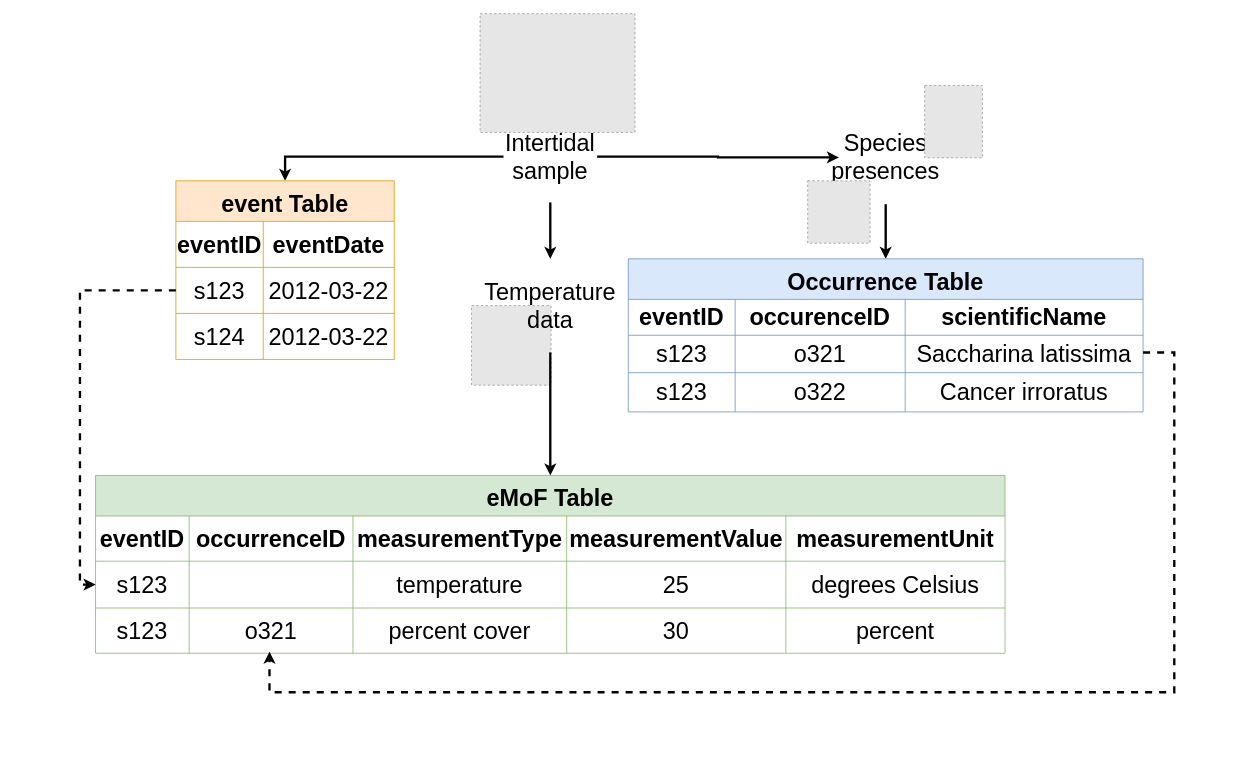
Above: event_schemaExample.drawio in iobis/manual (draw.io), before the change. Source tidied: cells renumbered, new cells numbered last; positions are measured from the earlier drawing's top-left corner, leaving out a move shared by most shapes. Both pictures are drawn from the tidied source at 78%, with x=0, y=0 at pixel (80, 13). Pictures stored in the file or linked from it are replaced by grey dashed boxes.
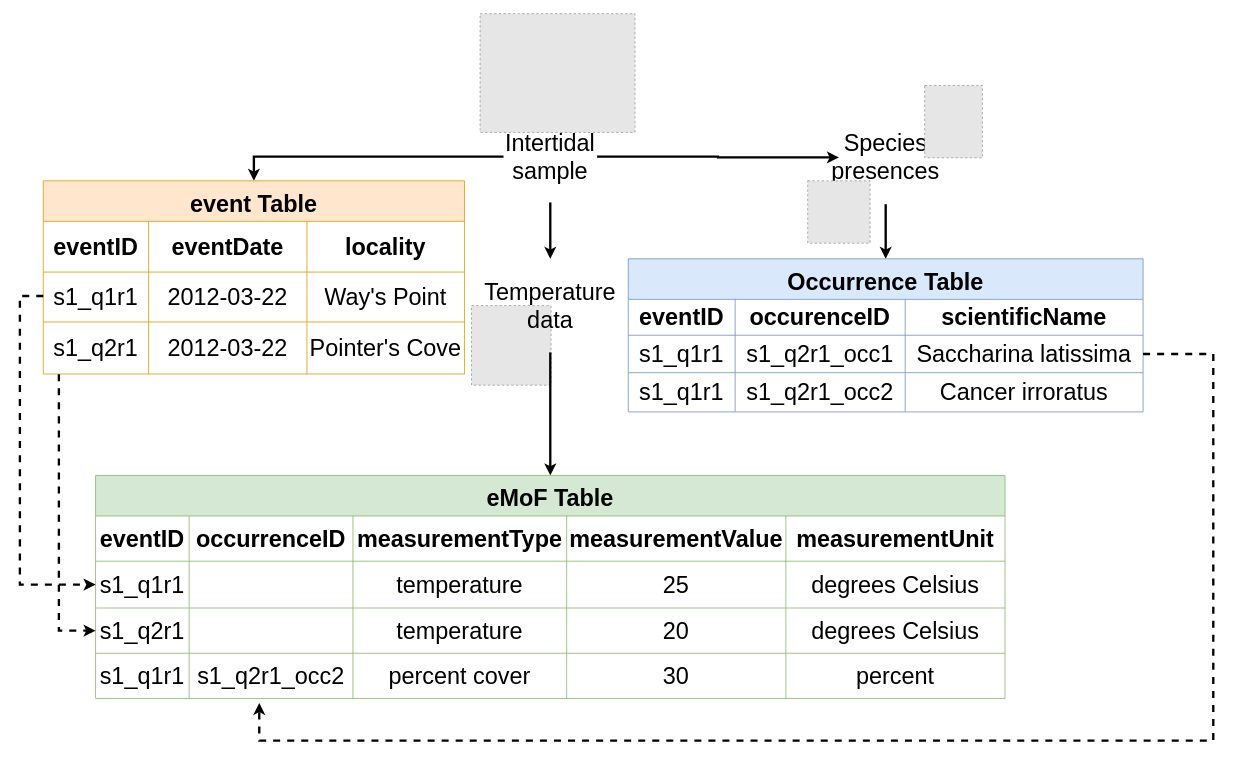
The same diagram, later.

Commit message (it also covers changes not shown here):
clarify sampling schema example figure

* fixed the eventID and occurrenceID in the example so it looks like it follows guidelines better
* added locality column to the event table
* expanded the emof to add an extra row for temperature measurements
* added the figure to formatting page

Unchanged cells that the change refers to:
```xml
<mxCell id="19" style="shape=tableRow;horizontal=0;startSize=0;swimlaneHead=0;swimlaneBody=0;top=0;left=0;bottom=0;right=0;fillColor=none;points=[[0,0.5],[1,0.5]];portConstraint=eastwest;fontSize=30;" parent="12" vertex="1">
  <mxGeometry y="110" width="1166" height="60" as="geometry" />
</mxCell>
<mxCell id="36" style="shape=tableRow;horizontal=0;startSize=0;swimlaneHead=0;swimlaneBody=0;top=0;left=0;bottom=0;right=0;fillColor=none;points=[[0,0.5],[1,0.5]];portConstraint=eastwest;fontSize=30;" parent="31" vertex="1">
  <mxGeometry y="98" width="660" height="48" as="geometry" />
</mxCell>
<mxCell id="40" style="shape=tableRow;horizontal=0;startSize=0;swimlaneHead=0;swimlaneBody=0;top=0;left=0;bottom=0;right=0;fillColor=none;fontSize=30;" parent="31" vertex="1">
  <mxGeometry y="146" width="660" height="50" as="geometry" />
</mxCell>
```

Change to the diagram source:
```diff
@@
     <mxCell id="12" value="eMoF Table" style="shape=table;startSize=52;childLayout=tableLayout;fontStyle=1;align=center;fontSize=30;fillColor=#d5e8d4;strokeColor=#82b366;" parent="1" vertex="1">
-      <mxGeometry x="20" y="592" width="1166" height="228" as="geometry" />
+      <mxGeometry x="20" y="592" width="1166" height="286" as="geometry" />
     </mxCell>
@@
-    <mxCell id="20" value="s123" style="shape=partialRectangle;html=1;whiteSpace=wrap;fillColor=none;top=0;left=0;bottom=0;right=0;overflow=hidden;fontSize=30;" parent="19" vertex="1">
+    <mxCell id="20" value="s1_q1r1" style="shape=partialRectangle;html=1;whiteSpace=wrap;fillColor=none;top=0;left=0;bottom=0;right=0;overflow=hidden;fontSize=30;" parent="19" vertex="1">
       <mxGeometry width="120" height="60" as="geometry" />
     </mxCell>
@@
+    <mxCell id="58" style="shape=tableRow;horizontal=0;startSize=0;swimlaneHead=0;swimlaneBody=0;top=0;left=0;bottom=0;right=0;fillColor=none;points=[[0,0.5],[1,0.5]];portConstraint=eastwest;fontSize=30;" parent="12" vertex="1">
+      <mxGeometry y="170" width="1166" height="58" as="geometry" />
+    </mxCell>
+    <mxCell id="59" value="s1_q2r1" style="shape=partialRectangle;html=1;whiteSpace=wrap;fillColor=none;top=0;left=0;bottom=0;right=0;overflow=hidden;fontSize=30;" parent="58" vertex="1">
+      <mxGeometry width="120" height="58" as="geometry" />
+    </mxCell>
+    <mxCell id="60" style="shape=partialRectangle;html=1;whiteSpace=wrap;fillColor=none;top=0;left=0;bottom=0;right=0;overflow=hidden;fontSize=30;" parent="58" vertex="1">
+      <mxGeometry x="120" width="210" height="58" as="geometry" />
+    </mxCell>
+    <mxCell id="61" value="temperature" style="shape=partialRectangle;html=1;whiteSpace=wrap;fillColor=none;top=0;left=0;bottom=0;right=0;overflow=hidden;fontSize=30;" parent="58" vertex="1">
+      <mxGeometry x="330" width="274" height="58" as="geometry" />
+    </mxCell>
+    <mxCell id="62" value="20" style="shape=partialRectangle;html=1;whiteSpace=wrap;fillColor=none;top=0;left=0;bottom=0;right=0;overflow=hidden;fontSize=30;" parent="58" vertex="1">
+      <mxGeometry x="604" width="281" height="58" as="geometry" />
+    </mxCell>
+    <mxCell id="63" value="degrees Celsius" style="shape=partialRectangle;html=1;whiteSpace=wrap;fillColor=none;top=0;left=0;bottom=0;right=0;overflow=hidden;fontSize=30;" parent="58" vertex="1">
+      <mxGeometry x="885" width="281" height="58" as="geometry" />
+    </mxCell>
     <mxCell id="25" style="shape=tableRow;horizontal=0;startSize=0;swimlaneHead=0;swimlaneBody=0;top=0;left=0;bottom=0;right=0;fillColor=none;points=[[0,0.5],[1,0.5]];portConstraint=eastwest;fontSize=30;" parent="12" vertex="1">
-      <mxGeometry y="170" width="1166" height="58" as="geometry" />
+      <mxGeometry y="228" width="1166" height="58" as="geometry" />
     </mxCell>
-    <mxCell id="26" value="s123" style="shape=partialRectangle;html=1;whiteSpace=wrap;fillColor=none;top=0;left=0;bottom=0;right=0;overflow=hidden;fontSize=30;" parent="25" vertex="1">
+    <mxCell id="26" value="s1_q1r1" style="shape=partialRectangle;html=1;whiteSpace=wrap;fillColor=none;top=0;left=0;bottom=0;right=0;overflow=hidden;fontSize=30;" parent="25" vertex="1">
       <mxGeometry width="120" height="58" as="geometry" />
     </mxCell>
-    <mxCell id="27" value="o321" style="shape=partialRectangle;html=1;whiteSpace=wrap;fillColor=none;top=0;left=0;bottom=0;right=0;overflow=hidden;fontSize=30;" parent="25" vertex="1">
+    <mxCell id="27" value="s1_q2r1_occ2" style="shape=partialRectangle;html=1;whiteSpace=wrap;fillColor=none;top=0;left=0;bottom=0;right=0;overflow=hidden;fontSize=30;" parent="25" vertex="1">
       <mxGeometry x="120" width="210" height="58" as="geometry" />
     </mxCell>
@@
-    <mxCell id="37" value="s123" style="shape=partialRectangle;html=1;whiteSpace=wrap;fillColor=none;top=0;left=0;bottom=0;right=0;overflow=hidden;fontSize=30;" parent="36" vertex="1">
+    <mxCell id="37" value="s1_q1r1" style="shape=partialRectangle;html=1;whiteSpace=wrap;fillColor=none;top=0;left=0;bottom=0;right=0;overflow=hidden;fontSize=30;" parent="36" vertex="1">
       <mxGeometry width="137" height="48" as="geometry" />
     </mxCell>
-    <mxCell id="38" value="o321" style="shape=partialRectangle;html=1;whiteSpace=wrap;fillColor=none;top=0;left=0;bottom=0;right=0;overflow=hidden;fontSize=30;" parent="36" vertex="1">
+    <mxCell id="38" value="s1_q2r1_occ1" style="shape=partialRectangle;html=1;whiteSpace=wrap;fillColor=none;top=0;left=0;bottom=0;right=0;overflow=hidden;fontSize=30;" parent="36" vertex="1">
       <mxGeometry x="137" width="218" height="48" as="geometry" />
     </mxCell>
@@
-    <mxCell id="41" value="s123" style="shape=partialRectangle;html=1;whiteSpace=wrap;fillColor=none;top=0;left=0;bottom=0;right=0;overflow=hidden;fontSize=30;" parent="40" vertex="1">
+    <mxCell id="41" value="s1_q1r1" style="shape=partialRectangle;html=1;whiteSpace=wrap;fillColor=none;top=0;left=0;bottom=0;right=0;overflow=hidden;fontSize=30;" parent="40" vertex="1">
       <mxGeometry width="137" height="50" as="geometry" />
     </mxCell>
-    <mxCell id="42" value="o322" style="shape=partialRectangle;html=1;whiteSpace=wrap;fillColor=none;top=0;left=0;bottom=0;right=0;overflow=hidden;fontSize=30;" parent="40" vertex="1">
+    <mxCell id="42" value="s1_q2r1_occ2" style="shape=partialRectangle;html=1;whiteSpace=wrap;fillColor=none;top=0;left=0;bottom=0;right=0;overflow=hidden;fontSize=30;" parent="40" vertex="1">
       <mxGeometry x="137" width="218" height="50" as="geometry" />
     </mxCell>
@@
     <mxCell id="44" value="event Table" style="shape=table;startSize=52;childLayout=tableLayout;fontStyle=1;align=center;fontSize=30;fillColor=#ffe6cc;strokeColor=#d79b00;" parent="1" vertex="1">
-      <mxGeometry x="123" y="214.3" width="280" height="229" as="geometry" />
+      <mxGeometry x="-47" y="214.3" width="540" height="247.7" as="geometry" />
     </mxCell>
     <mxCell id="45" style="shape=tableRow;horizontal=0;startSize=0;swimlaneHead=0;swimlaneBody=0;top=0;left=0;bottom=0;right=0;fillColor=none;fontSize=30;" parent="44" vertex="1">
-      <mxGeometry y="52" width="280" height="59" as="geometry" />
+      <mxGeometry y="52" width="540" height="65" as="geometry" />
     </mxCell>
     <mxCell id="46" value="eventID" style="shape=partialRectangle;html=1;whiteSpace=wrap;fillColor=none;top=0;left=0;bottom=0;right=0;overflow=hidden;fontSize=30;fontStyle=1;" parent="45" vertex="1">
-      <mxGeometry width="112" height="59" as="geometry" />
+      <mxGeometry width="135" height="65" as="geometry" />
     </mxCell>
     <mxCell id="47" value="eventDate" style="shape=partialRectangle;html=1;whiteSpace=wrap;fillColor=none;top=0;left=0;bottom=0;right=0;overflow=hidden;fontSize=30;fontStyle=1;" parent="45" vertex="1">
-      <mxGeometry x="112" width="168" height="59" as="geometry" />
+      <mxGeometry x="135" width="203" height="65" as="geometry" />
     </mxCell>
+    <mxCell id="64" value="locality" style="shape=partialRectangle;html=1;whiteSpace=wrap;fillColor=none;top=0;left=0;bottom=0;right=0;overflow=hidden;fontSize=30;fontStyle=1;" parent="45" vertex="1">
+      <mxGeometry x="338" width="202" height="65" as="geometry" />
+    </mxCell>
     <mxCell id="48" style="shape=tableRow;horizontal=0;startSize=0;swimlaneHead=0;swimlaneBody=0;top=0;left=0;bottom=0;right=0;fillColor=none;points=[[0,0.5],[1,0.5]];portConstraint=eastwest;fontSize=30;" parent="44" vertex="1">
-      <mxGeometry y="111" width="280" height="59" as="geometry" />
+      <mxGeometry y="117" width="540" height="64" as="geometry" />
     </mxCell>
-    <mxCell id="49" value="s123" style="shape=partialRectangle;html=1;whiteSpace=wrap;fillColor=none;top=0;left=0;bottom=0;right=0;overflow=hidden;fontSize=30;" parent="48" vertex="1">
-      <mxGeometry width="112" height="59" as="geometry" />
+    <mxCell id="49" value="s1_q1r1" style="shape=partialRectangle;html=1;whiteSpace=wrap;fillColor=none;top=0;left=0;bottom=0;right=0;overflow=hidden;fontSize=30;" parent="48" vertex="1">
+      <mxGeometry width="135" height="64" as="geometry" />
     </mxCell>
     <mxCell id="50" value="2012-03-22" style="shape=partialRectangle;html=1;whiteSpace=wrap;fillColor=none;top=0;left=0;bottom=0;right=0;overflow=hidden;fontSize=30;" parent="48" vertex="1">
-      <mxGeometry x="112" width="168" height="59" as="geometry" />
+      <mxGeometry x="135" width="203" height="64" as="geometry" />
     </mxCell>
+    <mxCell id="65" value="Way's Point" style="shape=partialRectangle;html=1;whiteSpace=wrap;fillColor=none;top=0;left=0;bottom=0;right=0;overflow=hidden;fontSize=30;" parent="48" vertex="1">
+      <mxGeometry x="338" width="202" height="64" as="geometry" />
+    </mxCell>
     <mxCell id="51" style="shape=tableRow;horizontal=0;startSize=0;swimlaneHead=0;swimlaneBody=0;top=0;left=0;bottom=0;right=0;fillColor=none;points=[[0,0.5],[1,0.5]];portConstraint=eastwest;fontSize=30;" parent="44" vertex="1">
-      <mxGeometry y="170" width="280" height="59" as="geometry" />
+      <mxGeometry y="181" width="540" height="67" as="geometry" />
     </mxCell>
-    <mxCell id="52" value="s124" style="shape=partialRectangle;html=1;whiteSpace=wrap;fillColor=none;top=0;left=0;bottom=0;right=0;overflow=hidden;fontSize=30;" parent="51" vertex="1">
-      <mxGeometry width="112" height="59" as="geometry" />
+    <mxCell id="52" value="s1_q2r1" style="shape=partialRectangle;html=1;whiteSpace=wrap;fillColor=none;top=0;left=0;bottom=0;right=0;overflow=hidden;fontSize=30;" parent="51" vertex="1">
+      <mxGeometry width="135" height="67" as="geometry" />
     </mxCell>
     <mxCell id="53" value="&lt;span style=&quot;color: rgb(0, 0, 0); font-family: Helvetica; font-size: 30px; font-style: normal; font-variant-ligatures: normal; font-variant-caps: normal; font-weight: 400; letter-spacing: normal; orphans: 2; text-align: center; text-indent: 0px; text-transform: none; widows: 2; word-spacing: 0px; -webkit-text-stroke-width: 0px; white-space: normal; text-decoration-thickness: initial; text-decoration-style: initial; text-decoration-color: initial; float: none; display: inline !important;&quot;&gt;2012-03-22&lt;/span&gt;" style="shape=partialRectangle;html=1;whiteSpace=wrap;fillColor=none;top=0;left=0;bottom=0;right=0;overflow=hidden;fontSize=30;" parent="51" vertex="1">
-      <mxGeometry x="112" width="168" height="59" as="geometry" />
+      <mxGeometry x="135" width="203" height="67" as="geometry" />
     </mxCell>
+    <mxCell id="66" value="Pointer's Cove" style="shape=partialRectangle;html=1;whiteSpace=wrap;fillColor=none;top=0;left=0;bottom=0;right=0;overflow=hidden;fontSize=30;" parent="51" vertex="1">
+      <mxGeometry x="338" width="202" height="67" as="geometry" />
+    </mxCell>
     <mxCell id="54" style="edgeStyle=orthogonalEdgeStyle;rounded=0;jettySize=auto;html=1;dashed=1;strokeWidth=3;entryX=0;entryY=0.5;entryDx=0;entryDy=0;" parent="1" edge="1" source="48" target="19">
       <mxGeometry relative="1" as="geometry">
         <Array as="points">
-          <mxPoint y="355" />
-          <mxPoint y="732" />
+          <mxPoint x="-77" y="362" />
+          <mxPoint x="-77" y="732" />
         </Array>
       </mxGeometry>
     </mxCell>
-    <mxCell id="55" style="edgeStyle=orthogonalEdgeStyle;rounded=0;orthogonalLoop=1;jettySize=auto;html=1;strokeWidth=3;dashed=1;exitX=1;exitY=0.5;exitDx=0;exitDy=0;" parent="1" edge="1">
-      <mxGeometry relative="1" as="geometry">
-        <mxPoint x="1363" y="434.4" as="sourcePoint" />
-        <mxPoint x="243" y="818" as="targetPoint" />
-        <Array as="points">
-          <mxPoint x="1403" y="434" />
-          <mxPoint x="1403" y="870" />
-          <mxPoint x="243" y="870" />
-        </Array>
-      </mxGeometry>
-    </mxCell>
@@
+    <mxCell id="67" style="edgeStyle=orthogonalEdgeStyle;shape=connector;rounded=0;html=1;entryX=0;entryY=0.5;entryDx=0;entryDy=0;dashed=1;labelBackgroundColor=default;strokeColor=default;strokeWidth=3;fontFamily=Helvetica;fontSize=11;fontColor=default;endArrow=classic;" parent="1" edge="1" source="51" target="58">
+      <mxGeometry relative="1" as="geometry">
+        <Array as="points">
+          <mxPoint x="-27" y="432" />
+          <mxPoint x="-27" y="791" />
+        </Array>
+      </mxGeometry>
+    </mxCell>
+    <mxCell id="68" style="edgeStyle=orthogonalEdgeStyle;shape=connector;rounded=0;html=1;entryX=0.18;entryY=1.098;entryDx=0;entryDy=0;entryPerimeter=0;dashed=1;labelBackgroundColor=default;strokeColor=default;strokeWidth=3;fontFamily=Helvetica;fontSize=11;fontColor=default;endArrow=classic;" parent="1" edge="1" source="36" target="25">
+      <mxGeometry relative="1" as="geometry">
+        <Array as="points">
+          <mxPoint x="1453" y="436" />
+          <mxPoint x="1453" y="932" />
+          <mxPoint x="230" y="932" />
+        </Array>
+      </mxGeometry>
+    </mxCell>
```
